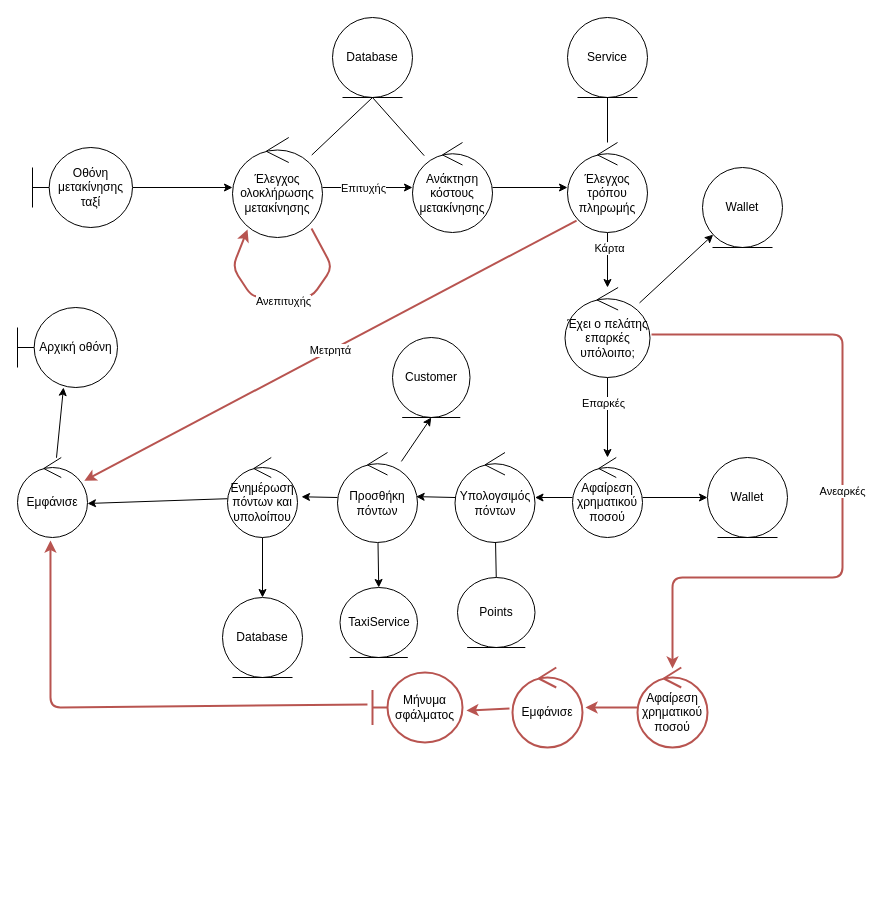
The draw.io diagram Part_4/Robustness/diagrams/11_Αποβίβαση_από_Ταξί.drawio in Nikolis2002/texnoligia_logismikou, before the edit. Source tidied: cells renumbered, new cells numbered last; positions are measured from the earlier drawing's top-left corner, leaving out a move shared by most shapes. Both pictures are drawn from the tidied source at 100%, with x=0, y=0 at pixel (17, 17).
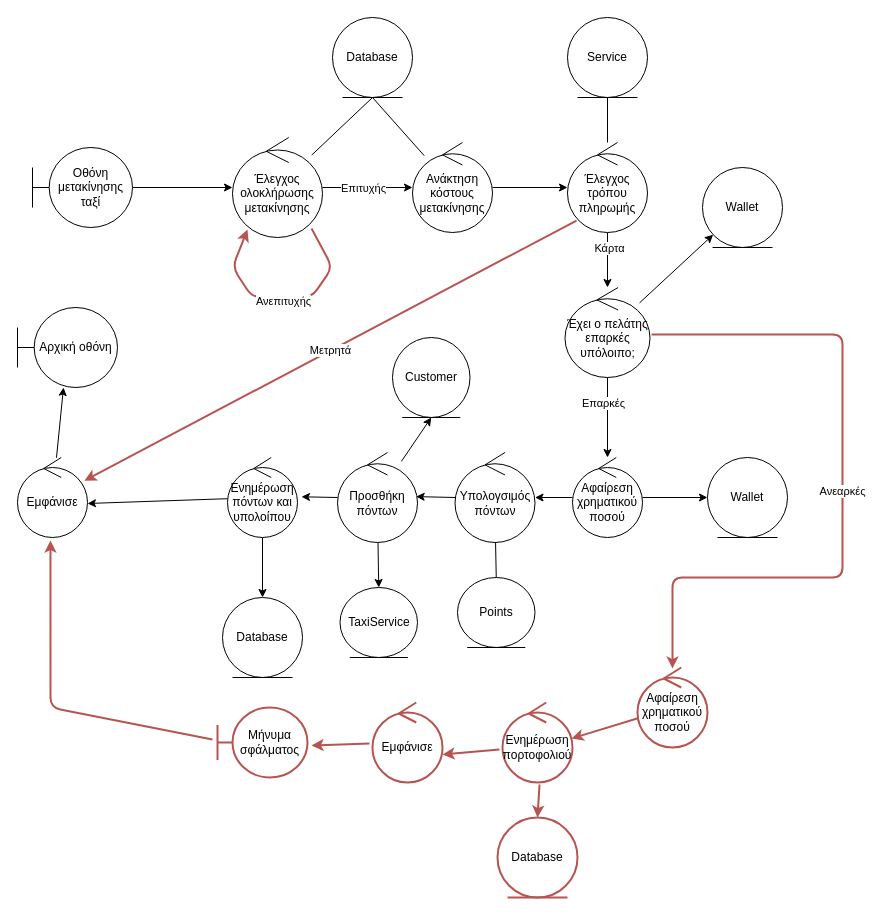
The same diagram, later.

The change refers to these unchanged cells:
```xml
<mxCell id="41" value="Αφαίρεση χρηματικού ποσού" style="ellipse;shape=umlControl;whiteSpace=wrap;html=1;strokeColor=#B85450;strokeWidth=2;" parent="1" vertex="1">
  <mxGeometry x="620" y="650" width="70" height="80" as="geometry" />
</mxCell>
```

Change to the diagram source:
```diff
@@
-    <mxCell id="40" style="edgeStyle=none;html=1;entryX=1.043;entryY=0.5;entryDx=0;entryDy=0;entryPerimeter=0;strokeColor=#B85450;strokeWidth=2;" parent="1" edge="1" source="41" target="43">
+    <mxCell id="40" style="edgeStyle=none;html=1;strokeColor=#B85450;strokeWidth=2;entryX=0.986;entryY=0.45;entryDx=0;entryDy=0;entryPerimeter=0;" parent="1" edge="1" source="41" target="53">
       <mxGeometry relative="1" as="geometry" />
     </mxCell>
@@
     <mxCell id="42" value="Μήνυμα σφάλματος" style="shape=umlBoundary;whiteSpace=wrap;html=1;fillColor=none;strokeColor=#b85450;strokeWidth=2;" parent="1" vertex="1">
-      <mxGeometry x="355" y="655" width="90" height="70" as="geometry" />
+      <mxGeometry x="200" y="690" width="90" height="70" as="geometry" />
     </mxCell>
     <mxCell id="43" value="Εμφάνισε" style="ellipse;shape=umlControl;whiteSpace=wrap;html=1;strokeColor=#B85450;strokeWidth=2;" parent="1" vertex="1">
-      <mxGeometry x="495" y="650" width="70" height="80" as="geometry" />
+      <mxGeometry x="355" y="685" width="70" height="80" as="geometry" />
     </mxCell>
@@
+    <mxCell id="53" value="Ενημέρωση πορτοφολιού" style="ellipse;shape=umlControl;whiteSpace=wrap;html=1;strokeColor=#B85450;strokeWidth=2;" parent="1" vertex="1">
+      <mxGeometry x="485" y="685" width="70" height="80" as="geometry" />
+    </mxCell>
+    <mxCell id="54" value="Database" style="ellipse;shape=umlEntity;whiteSpace=wrap;html=1;strokeColor=#b85450;strokeWidth=2;" parent="1" vertex="1">
+      <mxGeometry x="480" y="800" width="80" height="80" as="geometry" />
+    </mxCell>
+    <mxCell id="55" style="edgeStyle=none;html=1;strokeColor=#B85450;strokeWidth=2;entryX=0.5;entryY=0;entryDx=0;entryDy=0;exitX=0.529;exitY=1.025;exitDx=0;exitDy=0;exitPerimeter=0;" parent="1" edge="1" source="53" target="54">
+      <mxGeometry relative="1" as="geometry" />
+    </mxCell>
+    <mxCell id="56" style="edgeStyle=none;html=1;strokeColor=#B85450;strokeWidth=2;entryX=1;entryY=0.65;entryDx=0;entryDy=0;entryPerimeter=0;exitX=-0.043;exitY=0.588;exitDx=0;exitDy=0;exitPerimeter=0;" parent="1" edge="1" source="53" target="43">
+      <mxGeometry relative="1" as="geometry" />
+    </mxCell>
```
